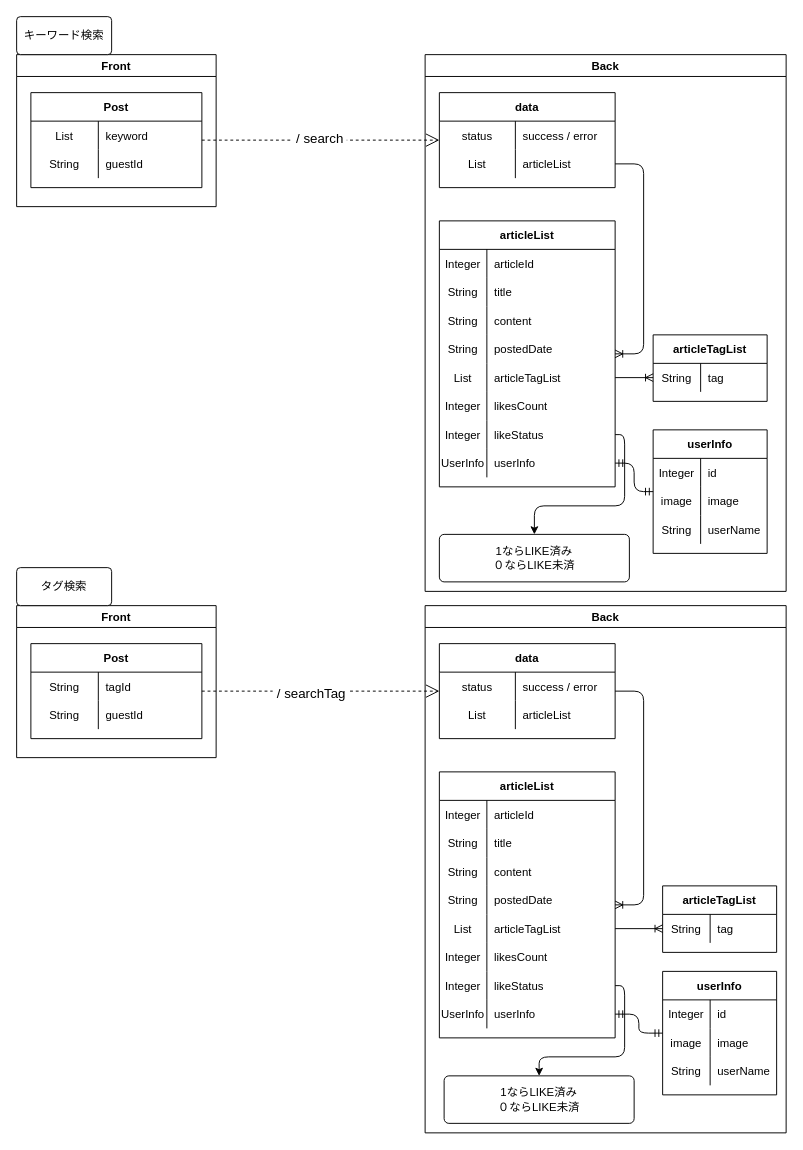
The draw.io diagram page "[表示]検索記事一覧" (3 of 18) of Designs/基本設計.drawio in yusuke-rakus/Qiish, before the edit. Source tidied: cells renumbered, new cells numbered last; positions are measured from the earlier drawing's top-left corner, leaving out a move shared by most shapes. Both pictures are drawn from the tidied source at 95%, with x=0, y=0 at pixel (16, 16).
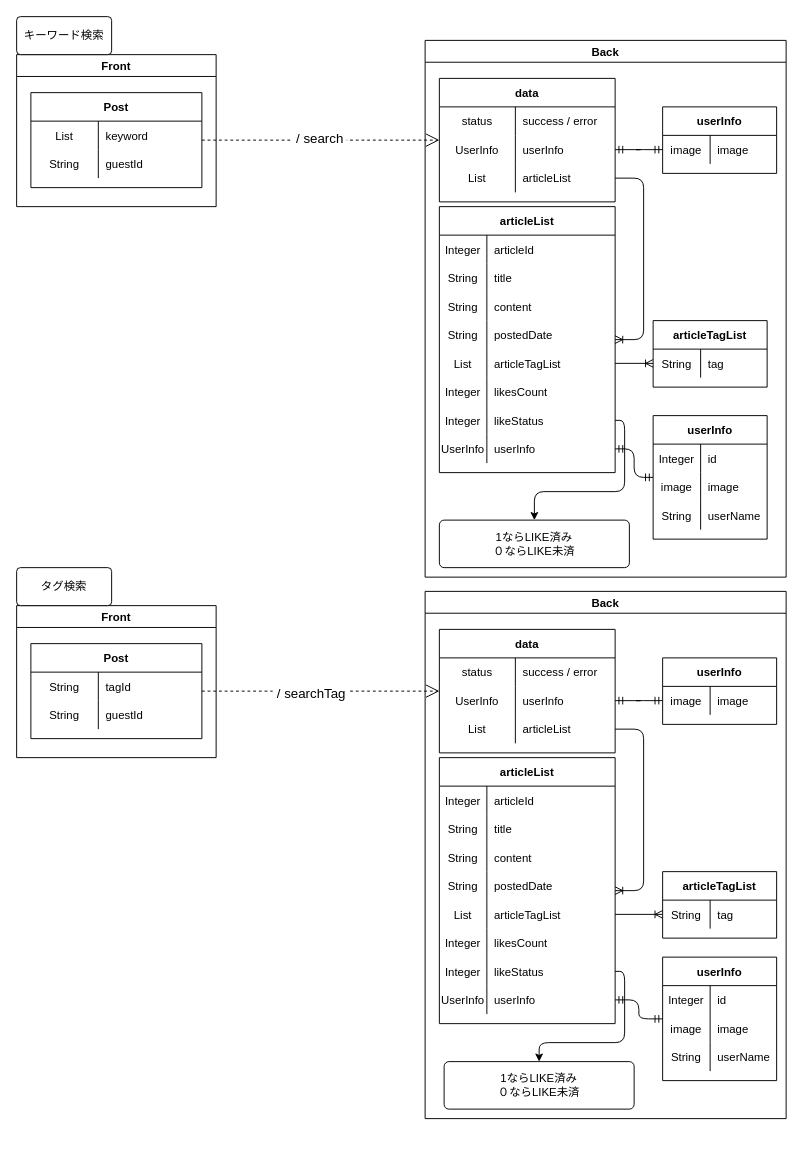
Above is the later version.

Commit message:
基本設計の修正（キーワード検索、タグ検索）

Unchanged cells that the change refers to:
```xml
<mxCell id="7" style="shape=partialRectangle;fillColor=none;top=0;left=0;bottom=0;right=0;points=[[0,0.5],[1,0.5]];portConstraint=eastwest;" parent="3" vertex="1">
  <mxGeometry y="60" width="185" height="30" as="geometry" />
</mxCell>
<mxCell id="10" value="articleList" style="shape=table;startSize=30;childLayout=tableLayout;rowLines=0;fontStyle=1;align=center;" parent="2" vertex="1">
  <mxGeometry x="15" y="175" width="185" height="280" as="geometry" />
</mxCell>
<mxCell id="69" style="shape=partialRectangle;fillColor=none;top=0;left=0;bottom=0;right=0;points=[[0,0.5],[1,0.5]];portConstraint=eastwest;" parent="65" vertex="1">
  <mxGeometry y="60" width="185" height="30" as="geometry" />
</mxCell>
<mxCell id="72" value="articleList" style="shape=table;startSize=30;childLayout=tableLayout;rowLines=0;fontStyle=1;align=center;" parent="64" vertex="1">
  <mxGeometry x="15" y="175" width="185" height="280" as="geometry" />
</mxCell>
```

The edit, as a diff of the source:
```diff
@@
     <mxCell id="2" value="Back" style="swimlane;" parent="1" vertex="1">
-      <mxGeometry x="430" y="40" width="380" height="565" as="geometry" />
+      <mxGeometry x="430" y="25" width="380" height="565" as="geometry" />
     </mxCell>
     <mxCell id="3" value="data" style="shape=table;startSize=30;childLayout=tableLayout;rowLines=0;fontStyle=1;align=center;" parent="2" vertex="1">
-      <mxGeometry x="15" y="40" width="185" height="100" as="geometry" />
+      <mxGeometry x="15" y="40" width="185" height="130" as="geometry" />
     </mxCell>
@@
-    <mxCell id="8" value="List" style="shape=partialRectangle;fillColor=none;top=0;left=0;bottom=0;right=0;fontStyle=0;overflow=hidden;" parent="7" vertex="1">
+    <mxCell id="8" value="UserInfo" style="shape=partialRectangle;fillColor=none;top=0;left=0;bottom=0;right=0;fontStyle=0;overflow=hidden;" parent="7" vertex="1">
       <mxGeometry width="80" height="30" as="geometry" />
     </mxCell>
-    <mxCell id="9" value="articleList" style="shape=partialRectangle;fillColor=none;top=0;left=0;bottom=0;right=0;align=left;spacingLeft=6;fontStyle=0;overflow=hidden;" parent="7" vertex="1">
+    <mxCell id="9" value="userInfo" style="shape=partialRectangle;fillColor=none;top=0;left=0;bottom=0;right=0;align=left;spacingLeft=6;fontStyle=0;overflow=hidden;" parent="7" vertex="1">
       <mxGeometry x="80" width="105" height="30" as="geometry" />
     </mxCell>
+    <mxCell id="128" style="shape=partialRectangle;fillColor=none;top=0;left=0;bottom=0;right=0;points=[[0,0.5],[1,0.5]];portConstraint=eastwest;" parent="3" vertex="1">
+      <mxGeometry y="90" width="185" height="30" as="geometry" />
+    </mxCell>
+    <mxCell id="129" value="List" style="shape=partialRectangle;fillColor=none;top=0;left=0;bottom=0;right=0;fontStyle=0;overflow=hidden;" parent="128" vertex="1">
+      <mxGeometry width="80" height="30" as="geometry" />
+    </mxCell>
+    <mxCell id="130" value="articleList" style="shape=partialRectangle;fillColor=none;top=0;left=0;bottom=0;right=0;align=left;spacingLeft=6;fontStyle=0;overflow=hidden;" parent="128" vertex="1">
+      <mxGeometry x="80" width="105" height="30" as="geometry" />
+    </mxCell>
@@
-    <mxCell id="39" style="edgeStyle=entityRelationEdgeStyle;fontSize=12;html=1;endArrow=ERoneToMany;exitX=1;exitY=0.5;exitDx=0;exitDy=0;" parent="2" edge="1" source="7" target="10">
+    <mxCell id="39" style="edgeStyle=entityRelationEdgeStyle;fontSize=12;html=1;endArrow=ERoneToMany;exitX=1;exitY=0.5;exitDx=0;exitDy=0;" parent="2" edge="1" source="128" target="10">
       <mxGeometry relative="1" as="geometry" />
     </mxCell>
@@
+    <mxCell id="131" value="userInfo" style="shape=table;startSize=30;childLayout=tableLayout;rowLines=0;fontStyle=1;align=center;" parent="2" vertex="1">
+      <mxGeometry x="250" y="70" width="120" height="70" as="geometry" />
+    </mxCell>
+    <mxCell id="132" style="shape=partialRectangle;fillColor=none;top=0;left=0;bottom=0;right=0;points=[[0,0.5],[1,0.5]];portConstraint=eastwest;" parent="131" vertex="1">
+      <mxGeometry y="30" width="120" height="30" as="geometry" />
+    </mxCell>
+    <mxCell id="133" value="image" style="shape=partialRectangle;fillColor=none;top=0;left=0;bottom=0;right=0;overflow=hidden;" parent="132" vertex="1">
+      <mxGeometry width="50" height="30" as="geometry" />
+    </mxCell>
+    <mxCell id="134" value="image" style="shape=partialRectangle;fillColor=none;top=0;left=0;bottom=0;right=0;align=left;spacingLeft=6;overflow=hidden;" parent="132" vertex="1">
+      <mxGeometry x="50" width="70" height="30" as="geometry" />
+    </mxCell>
+    <mxCell id="135" style="edgeStyle=entityRelationEdgeStyle;fontSize=12;html=1;endArrow=ERmandOne;startArrow=ERmandOne;exitX=1;exitY=0.5;exitDx=0;exitDy=0;entryX=0;entryY=0.5;entryDx=0;entryDy=0;" parent="2" edge="1" source="7" target="132">
+      <mxGeometry relative="1" as="geometry" />
+    </mxCell>
@@
     <mxCell id="64" value="Back" style="swimlane;" parent="1" vertex="1">
-      <mxGeometry x="430" y="620" width="380" height="555" as="geometry" />
+      <mxGeometry x="430" y="605" width="380" height="555" as="geometry" />
     </mxCell>
     <mxCell id="65" value="data" style="shape=table;startSize=30;childLayout=tableLayout;rowLines=0;fontStyle=1;align=center;" parent="64" vertex="1">
-      <mxGeometry x="15" y="40" width="185" height="100" as="geometry" />
+      <mxGeometry x="15" y="40" width="185" height="130" as="geometry" />
     </mxCell>
@@
-    <mxCell id="70" value="List" style="shape=partialRectangle;fillColor=none;top=0;left=0;bottom=0;right=0;fontStyle=0;overflow=hidden;" parent="69" vertex="1">
+    <mxCell id="70" value="UserInfo" style="shape=partialRectangle;fillColor=none;top=0;left=0;bottom=0;right=0;fontStyle=0;overflow=hidden;" parent="69" vertex="1">
       <mxGeometry width="80" height="30" as="geometry" />
     </mxCell>
-    <mxCell id="71" value="articleList" style="shape=partialRectangle;fillColor=none;top=0;left=0;bottom=0;right=0;align=left;spacingLeft=6;fontStyle=0;overflow=hidden;" parent="69" vertex="1">
+    <mxCell id="71" value="userInfo" style="shape=partialRectangle;fillColor=none;top=0;left=0;bottom=0;right=0;align=left;spacingLeft=6;fontStyle=0;overflow=hidden;" parent="69" vertex="1">
       <mxGeometry x="80" width="105" height="30" as="geometry" />
     </mxCell>
+    <mxCell id="136" style="shape=partialRectangle;fillColor=none;top=0;left=0;bottom=0;right=0;points=[[0,0.5],[1,0.5]];portConstraint=eastwest;" parent="65" vertex="1">
+      <mxGeometry y="90" width="185" height="30" as="geometry" />
+    </mxCell>
+    <mxCell id="137" value="List" style="shape=partialRectangle;fillColor=none;top=0;left=0;bottom=0;right=0;fontStyle=0;overflow=hidden;" parent="136" vertex="1">
+      <mxGeometry width="80" height="30" as="geometry" />
+    </mxCell>
+    <mxCell id="138" value="articleList" style="shape=partialRectangle;fillColor=none;top=0;left=0;bottom=0;right=0;align=left;spacingLeft=6;fontStyle=0;overflow=hidden;" parent="136" vertex="1">
+      <mxGeometry x="80" width="105" height="30" as="geometry" />
+    </mxCell>
@@
-    <mxCell id="101" style="edgeStyle=entityRelationEdgeStyle;fontSize=12;html=1;endArrow=ERoneToMany;" parent="64" edge="1" source="65" target="72">
+    <mxCell id="101" style="edgeStyle=entityRelationEdgeStyle;fontSize=12;html=1;endArrow=ERoneToMany;exitX=1;exitY=0.5;exitDx=0;exitDy=0;" parent="64" edge="1" source="136" target="72">
       <mxGeometry relative="1" as="geometry" />
     </mxCell>
@@
+    <mxCell id="139" value="userInfo" style="shape=table;startSize=30;childLayout=tableLayout;rowLines=0;fontStyle=1;align=center;" parent="64" vertex="1">
+      <mxGeometry x="250" y="70" width="120" height="70" as="geometry" />
+    </mxCell>
+    <mxCell id="140" style="shape=partialRectangle;fillColor=none;top=0;left=0;bottom=0;right=0;points=[[0,0.5],[1,0.5]];portConstraint=eastwest;" parent="139" vertex="1">
+      <mxGeometry y="30" width="120" height="30" as="geometry" />
+    </mxCell>
+    <mxCell id="141" value="image" style="shape=partialRectangle;fillColor=none;top=0;left=0;bottom=0;right=0;overflow=hidden;" parent="140" vertex="1">
+      <mxGeometry width="50" height="30" as="geometry" />
+    </mxCell>
+    <mxCell id="142" value="image" style="shape=partialRectangle;fillColor=none;top=0;left=0;bottom=0;right=0;align=left;spacingLeft=6;overflow=hidden;" parent="140" vertex="1">
+      <mxGeometry x="50" width="70" height="30" as="geometry" />
+    </mxCell>
+    <mxCell id="143" style="edgeStyle=entityRelationEdgeStyle;fontSize=12;html=1;endArrow=ERmandOne;startArrow=ERmandOne;entryX=0;entryY=0.5;entryDx=0;entryDy=0;exitX=1;exitY=0.5;exitDx=0;exitDy=0;" parent="64" edge="1" source="69" target="140">
+      <mxGeometry relative="1" as="geometry" />
+    </mxCell>
```
